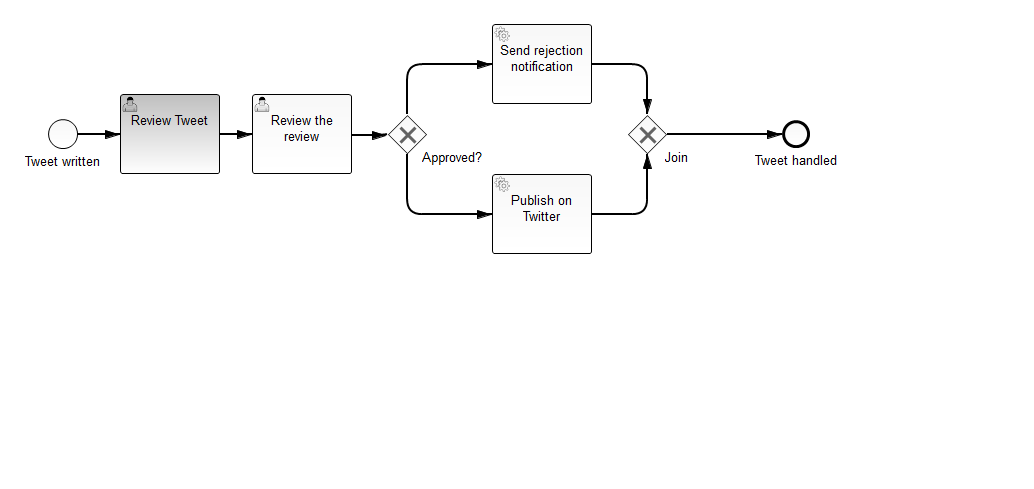
Before: twitter/src/main/resources/TwitterDemoProcess.png, a diagram exported from BPMN (camunda-consulting/camunda-7-code-examples). Its source is kept beside it as twitter/src/main/resources/TwitterDemoProcess.bpmn. Ids are renumbered.
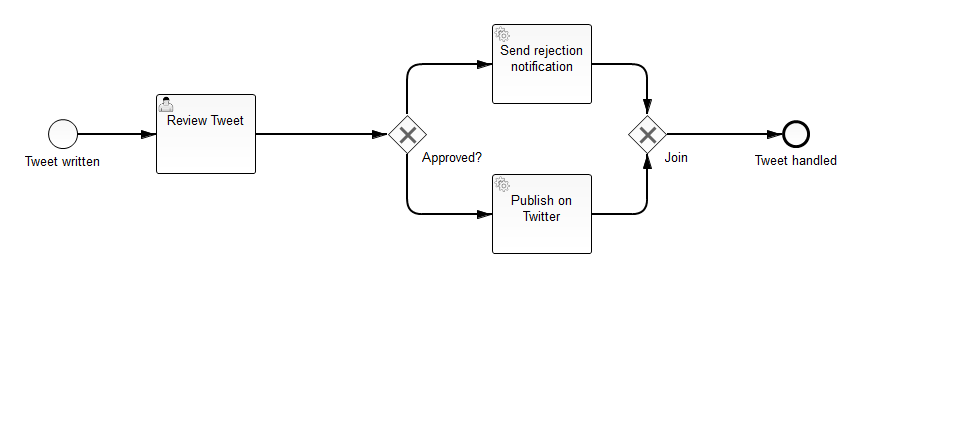
After the commit.

Commit message:
fixed process model and added bootstrap layout

Diff of the diagram source:
```diff
@@ -6,7 +6,7 @@
     </serviceTask>
     <sequenceFlow id="SequenceFlow_4" name="" sourceRef="service_task_send_rejection_notification" targetRef="gateway_join"/>
     <exclusiveGateway id="gateway_approved" name="Approved?">
-      <incoming>SequenceFlow_1</incoming>
+      <incoming>SequenceFlow_2</incoming>
       <outgoing>no</outgoing>
       <outgoing>yes</outgoing>
     </exclusiveGateway>
@@ -36,14 +36,9 @@
     <sequenceFlow id="SequenceFlow_9" name="" sourceRef="start_event_new_tweet" targetRef="user_task_review_tweet_XXXX"/>
     <userTask id="user_task_review_tweet_XXXX" activiti:assignee="demo" activiti:formKey="app:reviewTweet.jsf" name="Review Tweet">
       <incoming>SequenceFlow_9</incoming>
-      <outgoing>SequenceFlow</outgoing>
+      <outgoing>SequenceFlow_2</outgoing>
     </userTask>
-    <sequenceFlow id="SequenceFlow" name="" sourceRef="user_task_review_tweet_XXXX" targetRef="UserTask_1"/>
-    <userTask id="UserTask_1" activiti:assignee="demo" activiti:formKey="app:reviewTweet.jsf" name="Review the review">
-      <incoming>SequenceFlow</incoming>
-      <outgoing>SequenceFlow_1</outgoing>
-    </userTask>
-    <sequenceFlow id="SequenceFlow_1" name="" sourceRef="UserTask_1" targetRef="gateway_approved"/>
+    <sequenceFlow id="SequenceFlow_2" name="" sourceRef="user_task_review_tweet_XXXX" targetRef="gateway_approved"/>
   </process>
   <bpmndi:BPMNDiagram id="BPMNDiagram_TwitterDemoProcess">
     <bpmndi:BPMNPlane id="BPMNPlane_TwitterDemoProcess" bpmnElement="TwitterDemoProcess">
@@ -54,7 +49,7 @@
         </bpmndi:BPMNLabel>
       </bpmndi:BPMNShape>
       <bpmndi:BPMNShape id="BPMNShape_Review_Tweet_3" bpmnElement="user_task_review_tweet_XXXX">
-        <omgdc:Bounds height="80.0" width="100.0" x="120.0" y="94.0"/>
+        <omgdc:Bounds height="80.0" width="100.0" x="156.0" y="94.0"/>
       </bpmndi:BPMNShape>
       <bpmndi:BPMNShape id="BPMNShape_Approved__3" bpmnElement="gateway_approved" isMarkerVisible="true">
         <omgdc:Bounds height="40.0" width="40.0" x="387.0" y="114.0"/>
@@ -80,13 +75,6 @@
           <omgdc:Bounds height="22.0" width="89.0" x="752.0" y="150.0"/>
         </bpmndi:BPMNLabel>
       </bpmndi:BPMNShape>
-      <bpmndi:BPMNEdge id="BPMNEdge_SequenceFlow" bpmnElement="SequenceFlow" sourceElement="BPMNShape_Review_Tweet_3" targetElement="_BPMNShape_UserTask_2">
-        <omgdi:waypoint xsi:type="omgdc:Point" x="220.0" y="134.0"/>
-        <omgdi:waypoint xsi:type="omgdc:Point" x="252.0" y="134.0"/>
-        <bpmndi:BPMNLabel>
-          <omgdc:Bounds height="6.0" width="6.0" x="233.0" y="134.0"/>
-        </bpmndi:BPMNLabel>
-      </bpmndi:BPMNEdge>
       <bpmndi:BPMNEdge id="BPMNEdge_SequenceFlow_3" bpmnElement="SequenceFlow_3" sourceElement="BPMNShape_Publish_on_Twitter_3" targetElement="BPMNShape_Exclusive_Databased_Gateway_3">
         <omgdi:waypoint xsi:type="omgdc:Point" x="592.0" y="214.0"/>
         <omgdi:waypoint xsi:type="omgdc:Point" x="647.0" y="214.0"/>
@@ -128,20 +116,16 @@
       </bpmndi:BPMNEdge>
       <bpmndi:BPMNEdge id="BPMNEdge_SequenceFlow_9" bpmnElement="SequenceFlow_9" sourceElement="BPMNShape_new_tweet_3" targetElement="BPMNShape_Review_Tweet_3">
         <omgdi:waypoint xsi:type="omgdc:Point" x="78.0" y="134.0"/>
-        <omgdi:waypoint xsi:type="omgdc:Point" x="120.0" y="134.0"/>
+        <omgdi:waypoint xsi:type="omgdc:Point" x="156.0" y="134.0"/>
         <bpmndi:BPMNLabel>
           <omgdc:Bounds height="6.0" width="6.0" x="103.0" y="119.0"/>
         </bpmndi:BPMNLabel>
       </bpmndi:BPMNEdge>
-      <bpmndi:BPMNShape id="_BPMNShape_UserTask_2" bpmnElement="UserTask_1">
-        <omgdc:Bounds height="80.0" width="100.0" x="252.0" y="94.0"/>
-      </bpmndi:BPMNShape>
-      <bpmndi:BPMNEdge id="BPMNEdge_SequenceFlow_1" bpmnElement="SequenceFlow_1" sourceElement="_BPMNShape_UserTask_2" targetElement="BPMNShape_Approved__3">
-        <omgdi:waypoint xsi:type="omgdc:Point" x="352.0" y="135.0"/>
-        <omgdi:waypoint xsi:type="omgdc:Point" x="368.0" y="135.0"/>
-        <omgdi:waypoint xsi:type="omgdc:Point" x="387.0" y="135.0"/>
+      <bpmndi:BPMNEdge id="BPMNEdge_SequenceFlow_2" bpmnElement="SequenceFlow_2" sourceElement="BPMNShape_Review_Tweet_3" targetElement="BPMNShape_Approved__3">
+        <omgdi:waypoint xsi:type="omgdc:Point" x="256.0" y="134.0"/>
+        <omgdi:waypoint xsi:type="omgdc:Point" x="387.0" y="134.0"/>
         <bpmndi:BPMNLabel>
-          <omgdc:Bounds height="6.0" width="6.0" x="367.0" y="135.0"/>
+          <omgdc:Bounds height="6.0" width="6.0" x="337.0" y="134.0"/>
         </bpmndi:BPMNLabel>
       </bpmndi:BPMNEdge>
     </bpmndi:BPMNPlane>
```
